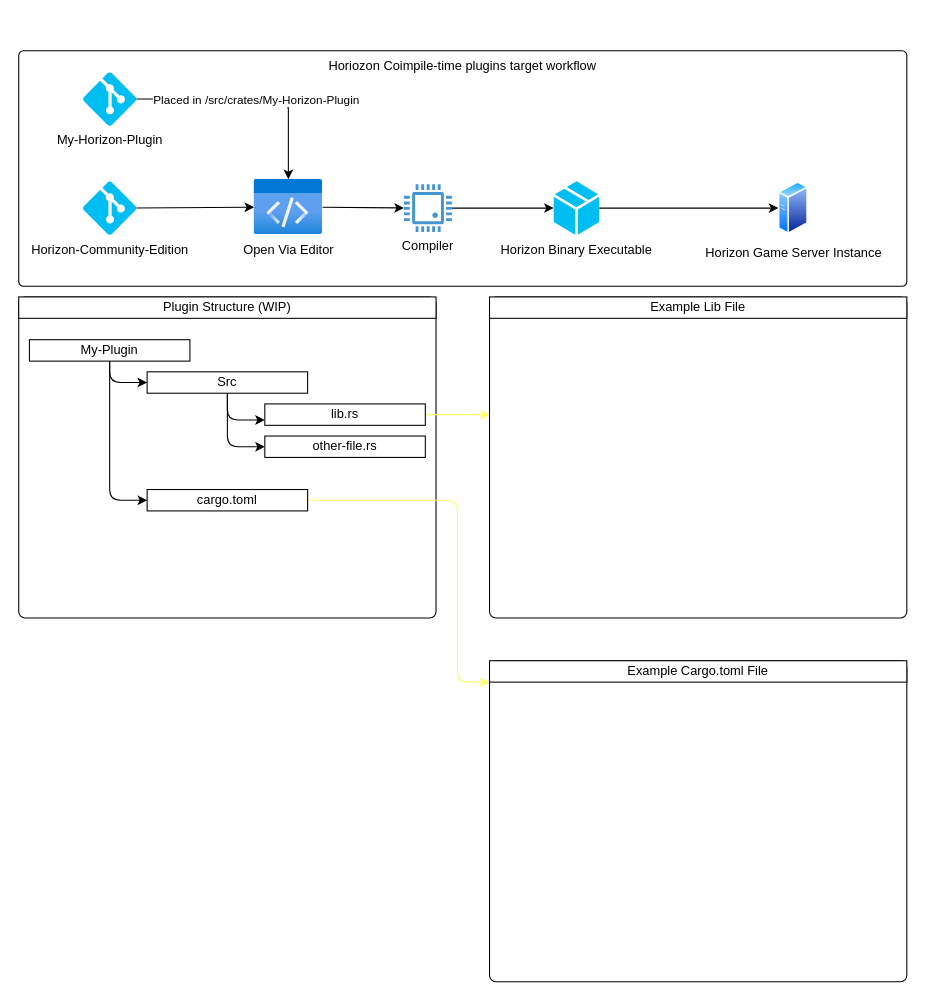
This is diagrams/plugins-compile-time.drawio from Far-Beyond-Dev/Horizon-Community-Edition, a draw.io file, before an edit. Source tidied: cells renumbered, new cells numbered last; positions are measured from the earlier drawing's top-left corner, leaving out a move shared by most shapes. Both pictures are drawn from the tidied source at 107%, with x=0, y=0 at pixel (18, 50).
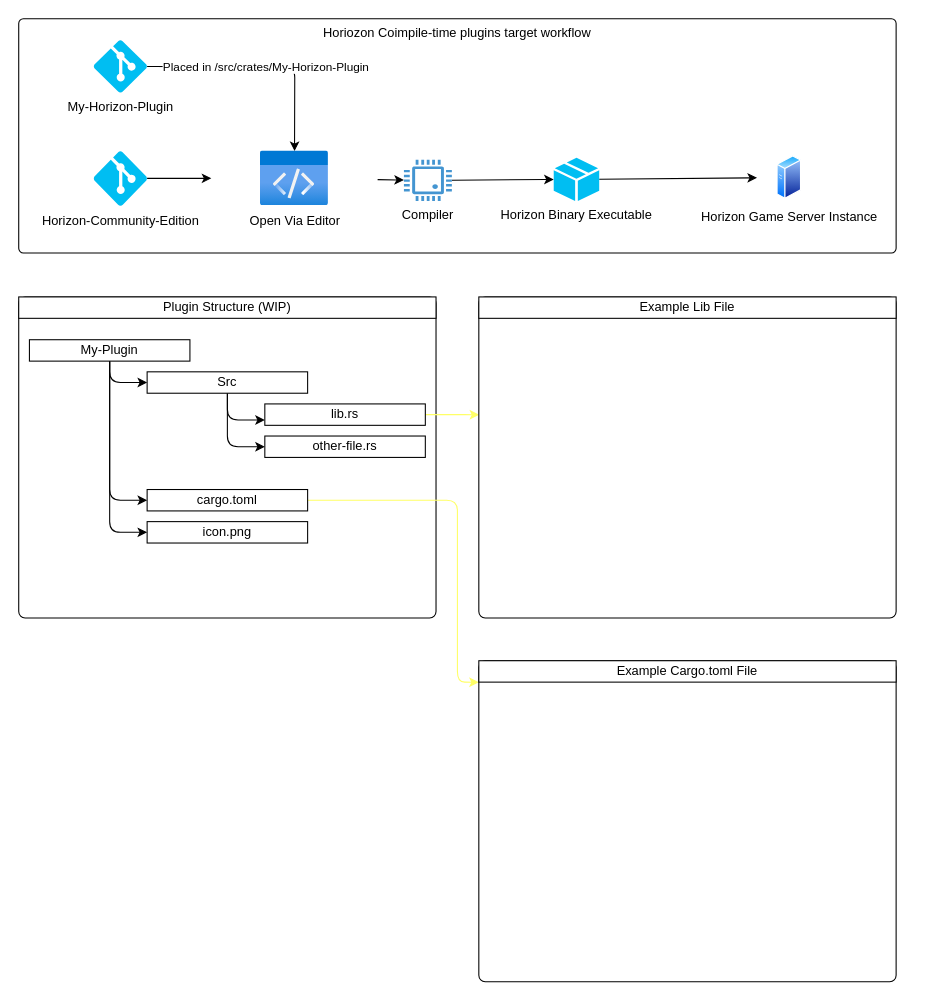
The same page after the edit.

What changed in the source:
```diff
@@
     <mxCell id="2" value="Horiozon Coimpile-time plugins target workflow" style="rounded=1;whiteSpace=wrap;html=1;arcSize=2;align=center;verticalAlign=top;" parent="1" vertex="1">
-      <mxGeometry width="830" height="220" as="geometry" />
+      <mxGeometry y="-30" width="820" height="219" as="geometry" />
     </mxCell>
     <mxCell id="3" value="Horizon Game Server Instance" style="perimeter=ellipsePerimeter;html=1;align=center;shadow=0;dashed=0;spacingTop=3;image;image=img/lib/active_directory/generic_server.svg;" parent="1" vertex="1">
-      <mxGeometry x="710" y="122" width="28" height="50" as="geometry" />
+      <mxGeometry x="690" y="98" width="60.4" height="41" as="geometry" />
     </mxCell>
     <mxCell id="4" style="edgeStyle=none;html=1;" parent="1" edge="1" source="6" target="8">
       <mxGeometry relative="1" as="geometry">
         <Array as="points">
-          <mxPoint x="252" y="45" />
+          <mxPoint x="258" y="15" />
         </Array>
       </mxGeometry>
     </mxCell>
@@
     <mxCell id="6" value="My-Horizon-Plugin" style="verticalLabelPosition=bottom;html=1;verticalAlign=top;align=center;strokeColor=none;fillColor=#00BEF2;shape=mxgraph.azure.git_repository;" parent="1" vertex="1">
-      <mxGeometry x="60" y="20" width="50" height="50" as="geometry" />
+      <mxGeometry x="70" y="-10" width="50" height="49" as="geometry" />
     </mxCell>
@@
     <mxCell id="8" value="Open Via Editor" style="html=1;points=[];align=center;image;fontSize=12;image=img/lib/azure2/general/Code.svg;" parent="1" vertex="1">
-      <mxGeometry x="220" y="120" width="64" height="52" as="geometry" />
+      <mxGeometry x="180" y="93.7" width="155.4" height="51" as="geometry" />
     </mxCell>
@@
     <mxCell id="10" value="Horizon-Community-Edition" style="verticalLabelPosition=bottom;html=1;verticalAlign=top;align=center;strokeColor=none;fillColor=#00BEF2;shape=mxgraph.azure.git_repository;" parent="1" vertex="1">
-      <mxGeometry x="60" y="122" width="50" height="50" as="geometry" />
+      <mxGeometry x="70" y="93.7" width="50" height="51" as="geometry" />
     </mxCell>
@@
     <mxCell id="12" value="Compiler" style="shadow=0;dashed=0;html=1;strokeColor=none;fillColor=#4495D1;labelPosition=center;verticalLabelPosition=bottom;verticalAlign=top;align=center;outlineConnect=0;shape=mxgraph.veeam.cpu;" parent="1" vertex="1">
-      <mxGeometry x="360" y="124.6" width="44.8" height="44.8" as="geometry" />
+      <mxGeometry x="360" y="101.9" width="44.8" height="38.4" as="geometry" />
     </mxCell>
@@
     <mxCell id="14" value="Horizon Binary Executable" style="verticalLabelPosition=bottom;html=1;verticalAlign=top;align=center;strokeColor=none;fillColor=#00BEF2;shape=mxgraph.azure.cloud_service_package_file;" parent="1" vertex="1">
-      <mxGeometry x="500" y="122" width="42.5" height="50" as="geometry" />
+      <mxGeometry x="500" y="100" width="42.5" height="40.4" as="geometry" />
     </mxCell>
@@
     <mxCell id="27" style="rounded=1;whiteSpace=wrap;html=1;arcSize=2;align=center;verticalAlign=top;" parent="1" vertex="1">
-      <mxGeometry x="440" y="230" width="390" height="300" as="geometry" />
+      <mxGeometry x="430" y="230" width="390" height="300" as="geometry" />
     </mxCell>
     <mxCell id="28" value="&lt;span style=&quot;&quot;&gt;Example Lib File&lt;/span&gt;" style="rounded=0;whiteSpace=wrap;html=1;verticalAlign=middle;align=center;spacing=0;" parent="1" vertex="1">
-      <mxGeometry x="440" y="230" width="390" height="20" as="geometry" />
+      <mxGeometry x="430" y="230" width="390" height="20" as="geometry" />
     </mxCell>
     <mxCell id="29" style="rounded=1;whiteSpace=wrap;html=1;arcSize=2;align=center;verticalAlign=top;" parent="1" vertex="1">
-      <mxGeometry x="440" y="570" width="390" height="300" as="geometry" />
+      <mxGeometry x="430" y="570" width="390" height="300" as="geometry" />
     </mxCell>
     <mxCell id="30" value="&lt;span style=&quot;&quot;&gt;Example Cargo.toml File&lt;/span&gt;" style="rounded=0;whiteSpace=wrap;html=1;verticalAlign=middle;align=center;spacing=0;" parent="1" vertex="1">
-      <mxGeometry x="440" y="570" width="390" height="20" as="geometry" />
+      <mxGeometry x="430" y="570" width="390" height="20" as="geometry" />
     </mxCell>
@@
+    <mxCell id="32" value="icon.png" style="rounded=0;whiteSpace=wrap;html=1;" parent="1" vertex="1">
+      <mxGeometry x="120" y="440" width="150" height="20" as="geometry" />
+    </mxCell>
+    <mxCell id="33" style="edgeStyle=none;html=1;entryX=0;entryY=0.5;entryDx=0;entryDy=0;" parent="1" edge="1" target="32">
+      <mxGeometry relative="1" as="geometry">
+        <mxPoint x="85" y="290" as="sourcePoint" />
+        <Array as="points">
+          <mxPoint x="85" y="450" />
+        </Array>
+      </mxGeometry>
+    </mxCell>
```
